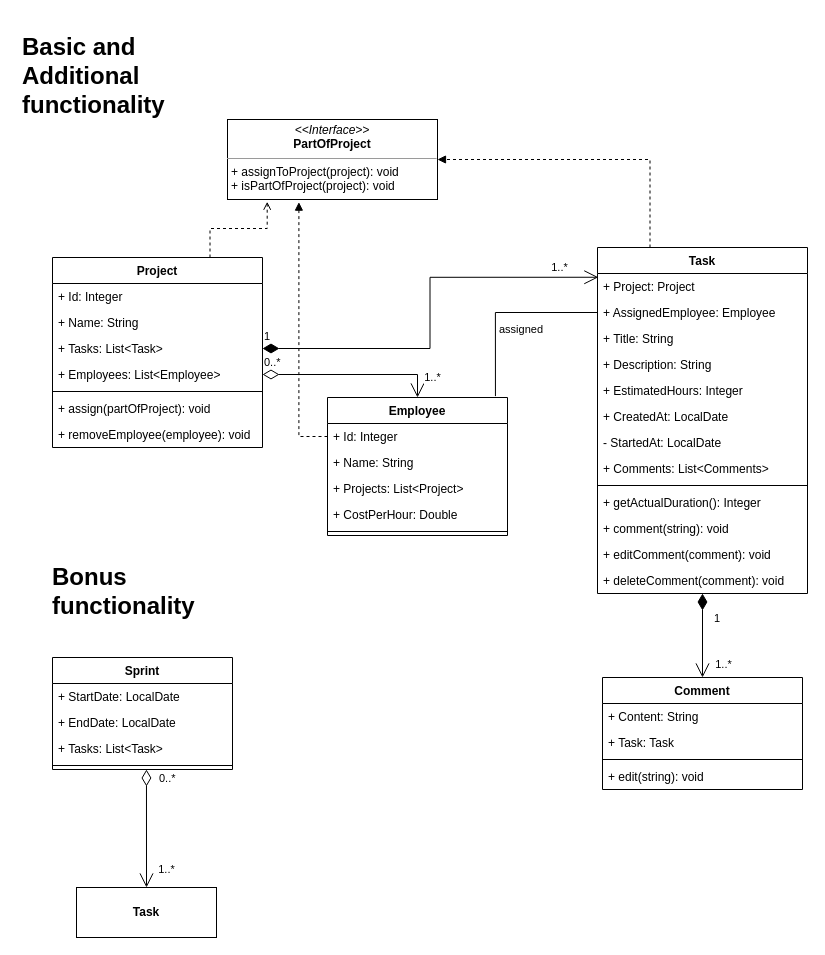
The draw.io diagram class_diagram.drawio in RasT110e5/ProjectAdministration, before the edit. Source tidied: cells renumbered, new cells numbered last; positions are measured from the earlier drawing's top-left corner, leaving out a move shared by most shapes. Both pictures are drawn from the tidied source at 100%, with x=0, y=0 at pixel (17, 27).
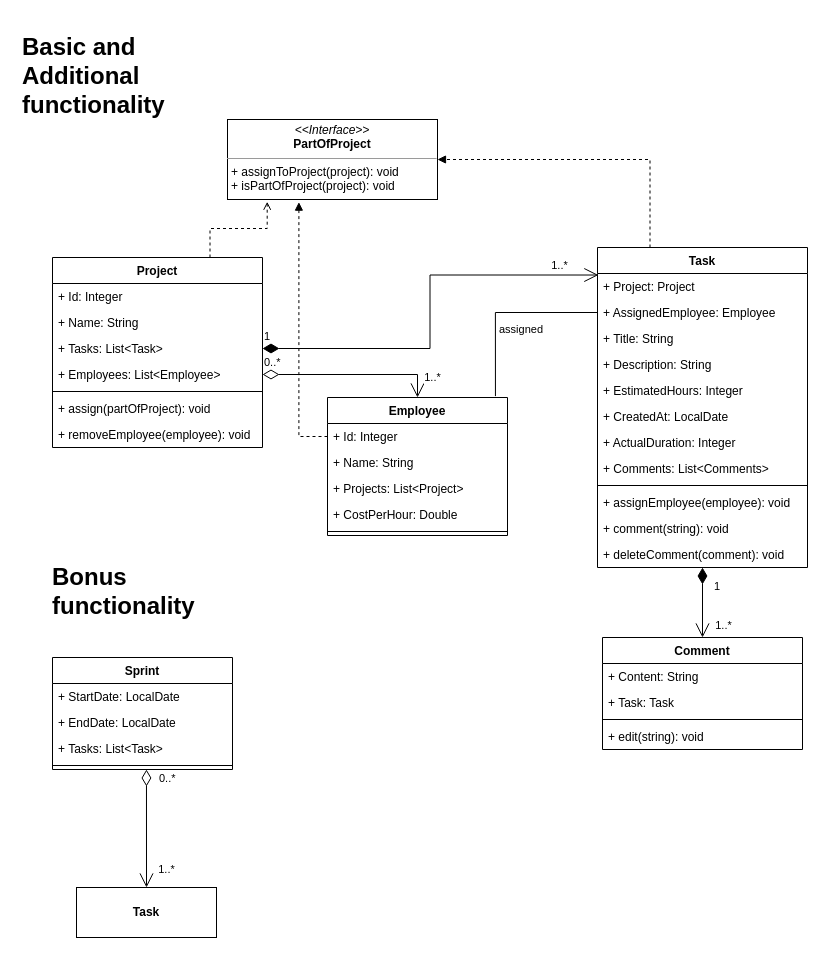
After the change.

What changed in the source:
```diff
@@
     <mxCell id="20" value="Task" style="swimlane;fontStyle=1;align=center;verticalAlign=top;horizontal=1;startSize=26;" parent="1" vertex="1">
-      <mxGeometry x="580" y="220" width="210" height="346" as="geometry" />
+      <mxGeometry x="580" y="220" width="210" height="320" as="geometry" />
     </mxCell>
@@
-    <mxCell id="27" value="- StartedAt: LocalDate" style="text;strokeColor=none;fillColor=none;align=left;verticalAlign=top;spacingLeft=4;spacingRight=4;overflow=hidden;" parent="20" vertex="1">
+    <mxCell id="27" value="+ ActualDuration: Integer" style="text;strokeColor=none;fillColor=none;align=left;verticalAlign=top;spacingLeft=4;spacingRight=4;overflow=hidden;" parent="20" vertex="1">
       <mxGeometry y="182" width="210" height="26" as="geometry" />
     </mxCell>
@@
-    <mxCell id="30" value="+ getActualDuration(): Integer" style="text;strokeColor=none;fillColor=none;align=left;verticalAlign=top;spacingLeft=4;spacingRight=4;overflow=hidden;" parent="20" vertex="1">
-      <mxGeometry y="242" width="210" height="26" as="geometry" />
-    </mxCell>
+    <mxCell id="57" value="+ assignEmployee(employee): void" style="text;strokeColor=none;fillColor=none;align=left;verticalAlign=top;spacingLeft=4;spacingRight=4;overflow=hidden;" parent="20" vertex="1">
+      <mxGeometry y="242" width="210" height="26" as="geometry" />
+    </mxCell>
@@
-    <mxCell id="32" value="+ editComment(comment): void" style="text;strokeColor=none;fillColor=none;align=left;verticalAlign=top;spacingLeft=4;spacingRight=4;overflow=hidden;" parent="20" vertex="1">
-      <mxGeometry y="294" width="210" height="26" as="geometry" />
-    </mxCell>
     <mxCell id="33" value="+ deleteComment(comment): void" style="text;strokeColor=none;fillColor=none;align=left;verticalAlign=top;spacingLeft=4;spacingRight=4;overflow=hidden;" parent="20" vertex="1">
-      <mxGeometry y="320" width="210" height="26" as="geometry" />
+      <mxGeometry y="294" width="210" height="26" as="geometry" />
     </mxCell>
@@
     <mxCell id="50" value="Comment" style="swimlane;fontStyle=1;align=center;verticalAlign=top;horizontal=1;startSize=26;" parent="1" vertex="1">
-      <mxGeometry x="585" y="650" width="200" height="112" as="geometry" />
+      <mxGeometry x="585" y="610" width="200" height="112" as="geometry" />
     </mxCell>
```
